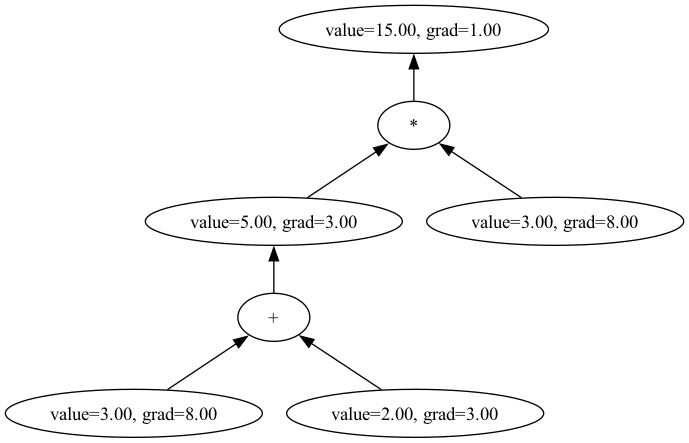
iliailmer/smol-autograd keeps this Graphviz diagram as graph.png. Above is the earlier version. Its source is kept beside it as graph.dot.
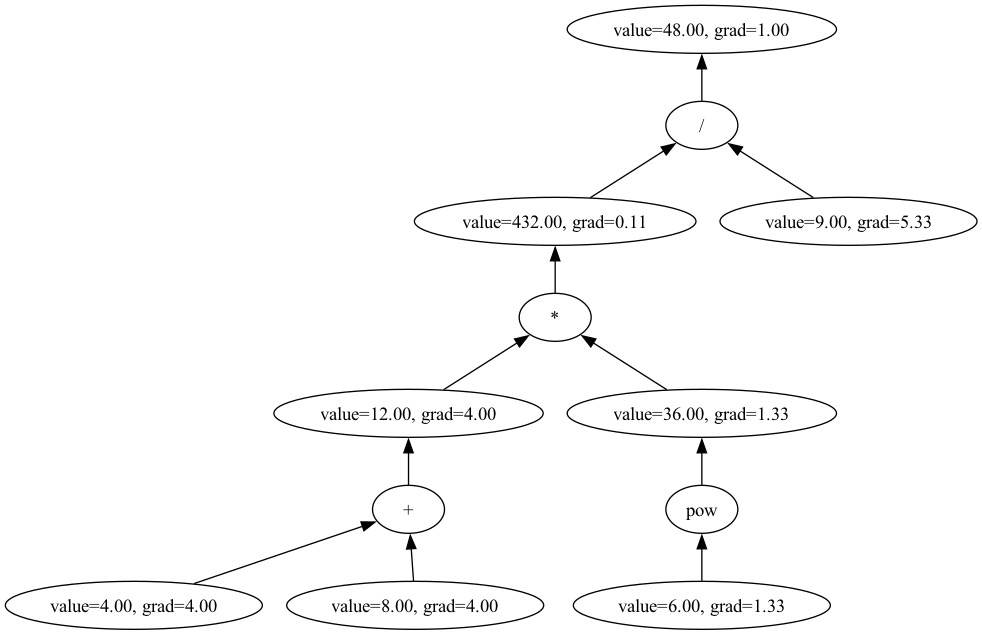
After the change.

Diff of the diagram source:
```diff
@@ -1,16 +1,26 @@
 digraph G {
   rankdir=BT;
-  node0 [label="value=15.00, grad=1.00"];
-  op1 [label="*", shape=ellipse];
+  node0 [label="value=48.00, grad=1.00"];
+  op1 [label="/", shape=ellipse];
   op1 -> node0;
-  node2 [label="value=5.00, grad=3.00"];
-  op3 [label="+", shape=ellipse];
+  node2 [label="value=432.00, grad=0.11"];
+  op3 [label="*", shape=ellipse];
   op3 -> node2;
-  node4 [label="value=3.00, grad=8.00"];
+  node4 [label="value=12.00, grad=4.00"];
+  op5 [label="+", shape=ellipse];
+  op5 -> node4;
+  node6 [label="value=4.00, grad=4.00"];
+  node6 -> op5;
+  node7 [label="value=8.00, grad=4.00"];
+  node7 -> op5;
   node4 -> op3;
-  node5 [label="value=2.00, grad=3.00"];
-  node5 -> op3;
+  node8 [label="value=36.00, grad=1.33"];
+  op9 [label="pow", shape=ellipse];
+  op9 -> node8;
+  node10 [label="value=6.00, grad=1.33"];
+  node10 -> op9;
+  node8 -> op3;
   node2 -> op1;
-  node6 [label="value=3.00, grad=8.00"];
-  node6 -> op1;
+  node11 [label="value=9.00, grad=5.33"];
+  node11 -> op1;
 }
```
